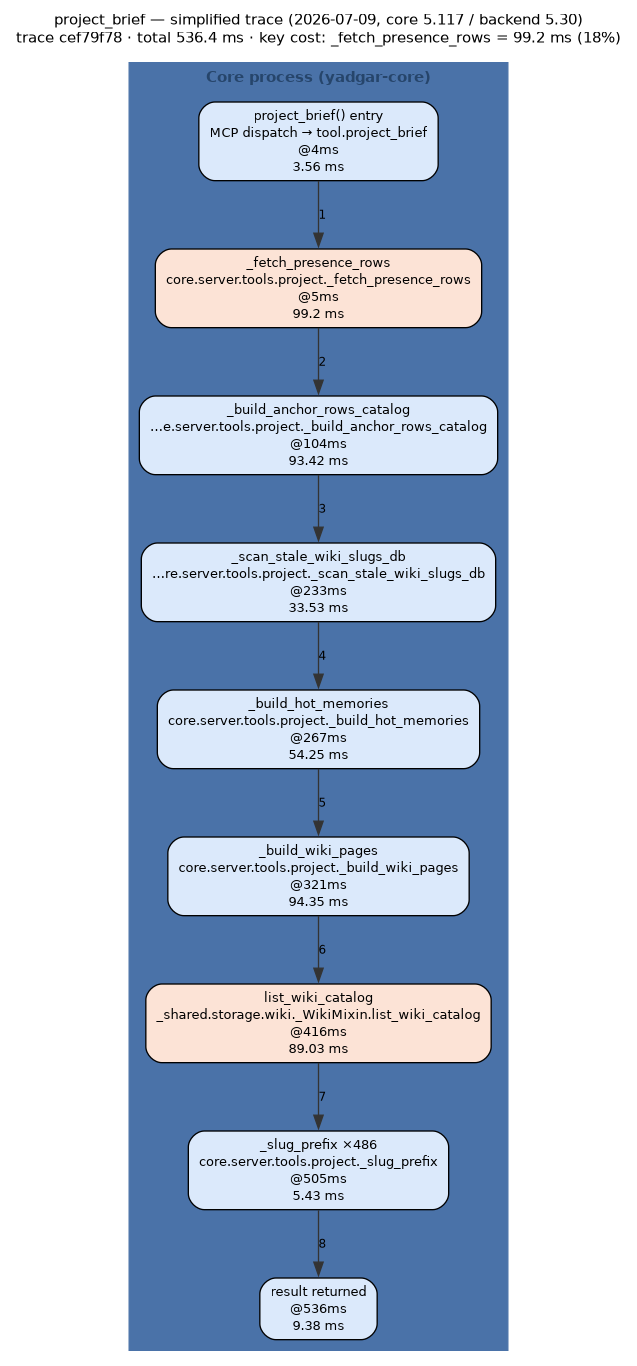
Before: docs/diagrams/out/project_brief-trace-2026-07-09.png, a diagram exported from Graphviz (m-agahi/yadgar). Its source is kept beside it as docs/diagrams/out/project_brief-trace-2026-07-09.dot. The source it was exported from:
```dot
digraph flow {
  rankdir="TB";
  newrank=true;
  compound=true;
  nodesep=0.35;
  ranksep=0.55;
  graph [fontname="Helvetica", fontsize=11, labelloc="t"];
  node  [fontname="Helvetica", fontsize=10];
  edge  [fontname="Helvetica", fontsize=9];
  label="project_brief — simplified trace (2026-07-09, core 5.117 / backend 5.30)
trace cef79f78 · total 536.4 ms · key cost: _fetch_presence_rows = 99.2 ms (18%)";
  subgraph "cluster_core" {
    label="Core process (yadgar-core)";
    style=filled;
    bgcolor="#eef4fb";
    color="#4a72a8";
    fontcolor="#26456b";
    fontname="Helvetica-Bold";
    "entry" [shape="box", style="rounded,filled", fillcolor="#dbe9fb", label="project_brief() entry\nMCP dispatch → tool.project_brief\n@4ms\n3.56 ms"];
    "s0" [shape="box", style="rounded,filled", fillcolor="#fce3d6", label="_fetch_presence_rows\ncore.server.tools.project._fetch_presence_rows\n@5ms\n99.2 ms"];
    "s1" [shape="box", style="rounded,filled", fillcolor="#dbe9fb", label="_build_anchor_rows_catalog\n…e.server.tools.project._build_anchor_rows_catalog\n@104ms\n93.42 ms"];
    "s2" [shape="box", style="rounded,filled", fillcolor="#dbe9fb", label="_scan_stale_wiki_slugs_db\n…re.server.tools.project._scan_stale_wiki_slugs_db\n@233ms\n33.53 ms"];
    "s3" [shape="box", style="rounded,filled", fillcolor="#dbe9fb", label="_build_hot_memories\ncore.server.tools.project._build_hot_memories\n@267ms\n54.25 ms"];
    "s4" [shape="box", style="rounded,filled", fillcolor="#dbe9fb", label="_build_wiki_pages\ncore.server.tools.project._build_wiki_pages\n@321ms\n94.35 ms"];
    "s5" [shape="box", style="rounded,filled", fillcolor="#fce3d6", label="list_wiki_catalog\n_shared.storage.wiki._WikiMixin.list_wiki_catalog\n@416ms\n89.03 ms"];
    "s6" [shape="box", style="rounded,filled", fillcolor="#dbe9fb", label="_slug_prefix ×486\ncore.server.tools.project._slug_prefix\n@505ms\n5.43 ms"];
    "done" [shape="box", style="rounded,filled", fillcolor="#dbe9fb", label="result returned\n@536ms\n9.38 ms"];
  }
  "entry" -> "s0" [color="#333333", style="solid", label="1"];
  "s0" -> "s1" [color="#333333", style="solid", label="2"];
  "s1" -> "s2" [color="#333333", style="solid", label="3"];
  "s2" -> "s3" [color="#333333", style="solid", label="4"];
  "s3" -> "s4" [color="#333333", style="solid", label="5"];
  "s4" -> "s5" [color="#333333", style="solid", label="6"];
  "s5" -> "s6" [color="#333333", style="solid", label="7"];
  "s6" -> "done" [color="#333333", style="solid", label="8"];
}
```
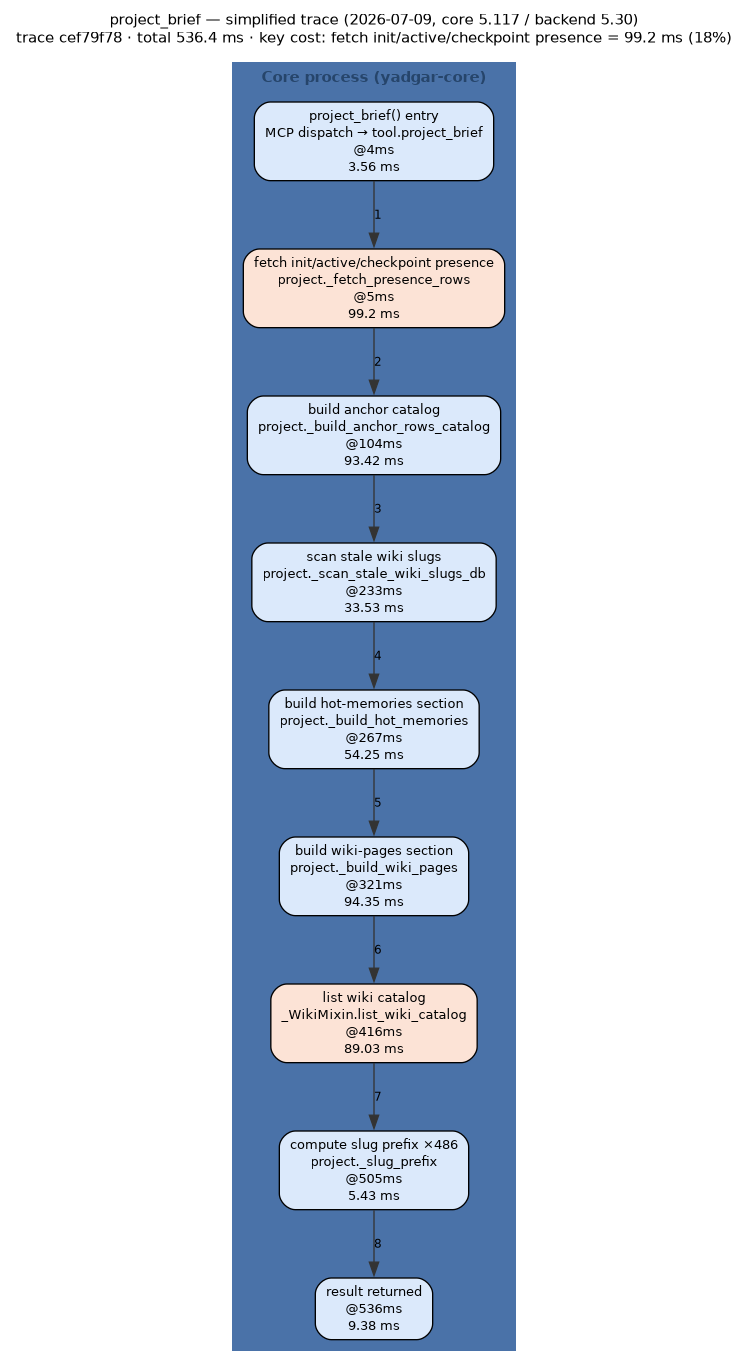
The same file after the commit.

What changed in the source:
```diff
@@ -8,7 +8,7 @@
   node  [fontname="Helvetica", fontsize=10];
   edge  [fontname="Helvetica", fontsize=9];
   label="project_brief — simplified trace (2026-07-09, core 5.117 / backend 5.30)
-trace cef79f78 · total 536.4 ms · key cost: _fetch_presence_rows = 99.2 ms (18%)";
+trace cef79f78 · total 536.4 ms · key cost: fetch init/active/checkpoint presence = 99.2 ms (18%)";
   subgraph "cluster_core" {
     label="Core process (yadgar-core)";
     style=filled;
@@ -17,13 +17,13 @@
     fontcolor="#26456b";
     fontname="Helvetica-Bold";
     "entry" [shape="box", style="rounded,filled", fillcolor="#dbe9fb", label="project_brief() entry\nMCP dispatch → tool.project_brief\n@4ms\n3.56 ms"];
-    "s0" [shape="box", style="rounded,filled", fillcolor="#fce3d6", label="_fetch_presence_rows\ncore.server.tools.project._fetch_presence_rows\n@5ms\n99.2 ms"];
-    "s1" [shape="box", style="rounded,filled", fillcolor="#dbe9fb", label="_build_anchor_rows_catalog\n…e.server.tools.project._build_anchor_rows_catalog\n@104ms\n93.42 ms"];
-    "s2" [shape="box", style="rounded,filled", fillcolor="#dbe9fb", label="_scan_stale_wiki_slugs_db\n…re.server.tools.project._scan_stale_wiki_slugs_db\n@233ms\n33.53 ms"];
-    "s3" [shape="box", style="rounded,filled", fillcolor="#dbe9fb", label="_build_hot_memories\ncore.server.tools.project._build_hot_memories\n@267ms\n54.25 ms"];
-    "s4" [shape="box", style="rounded,filled", fillcolor="#dbe9fb", label="_build_wiki_pages\ncore.server.tools.project._build_wiki_pages\n@321ms\n94.35 ms"];
-    "s5" [shape="box", style="rounded,filled", fillcolor="#fce3d6", label="list_wiki_catalog\n_shared.storage.wiki._WikiMixin.list_wiki_catalog\n@416ms\n89.03 ms"];
-    "s6" [shape="box", style="rounded,filled", fillcolor="#dbe9fb", label="_slug_prefix ×486\ncore.server.tools.project._slug_prefix\n@505ms\n5.43 ms"];
+    "s0" [shape="box", style="rounded,filled", fillcolor="#fce3d6", label="fetch init/active/checkpoint presence\nproject._fetch_presence_rows\n@5ms\n99.2 ms"];
+    "s1" [shape="box", style="rounded,filled", fillcolor="#dbe9fb", label="build anchor catalog\nproject._build_anchor_rows_catalog\n@104ms\n93.42 ms"];
+    "s2" [shape="box", style="rounded,filled", fillcolor="#dbe9fb", label="scan stale wiki slugs\nproject._scan_stale_wiki_slugs_db\n@233ms\n33.53 ms"];
+    "s3" [shape="box", style="rounded,filled", fillcolor="#dbe9fb", label="build hot-memories section\nproject._build_hot_memories\n@267ms\n54.25 ms"];
+    "s4" [shape="box", style="rounded,filled", fillcolor="#dbe9fb", label="build wiki-pages section\nproject._build_wiki_pages\n@321ms\n94.35 ms"];
+    "s5" [shape="box", style="rounded,filled", fillcolor="#fce3d6", label="list wiki catalog\n_WikiMixin.list_wiki_catalog\n@416ms\n89.03 ms"];
+    "s6" [shape="box", style="rounded,filled", fillcolor="#dbe9fb", label="compute slug prefix ×486\nproject._slug_prefix\n@505ms\n5.43 ms"];
     "done" [shape="box", style="rounded,filled", fillcolor="#dbe9fb", label="result returned\n@536ms\n9.38 ms"];
   }
   "entry" -> "s0" [color="#333333", style="solid", label="1"];
```
